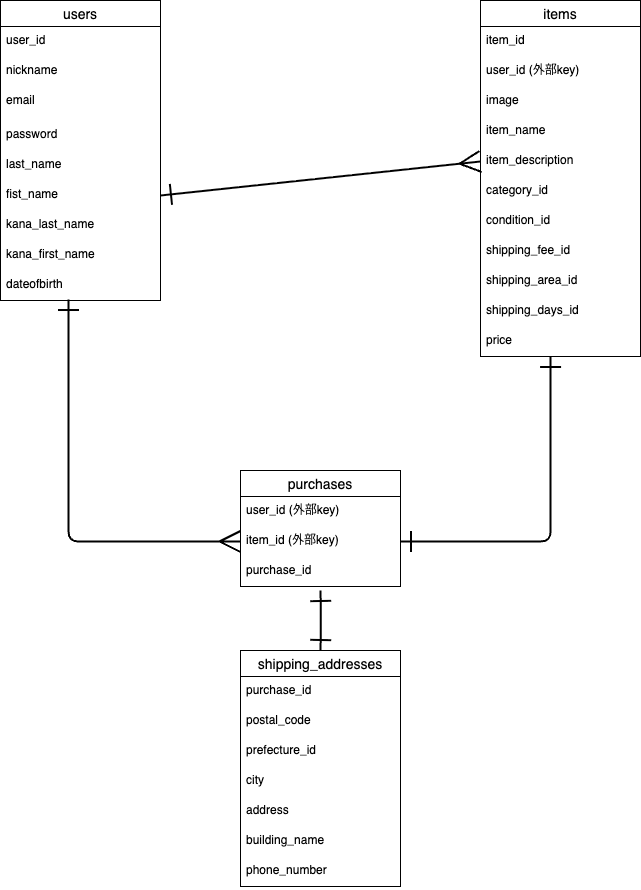
Earlier version of the draw.io export ER.png (daisuke373-tokyo/furima-46541). Source tidied: cells renumbered, new cells last; positions are measured from the earlier drawing's top-left corner, leaving out a move shared by most shapes.
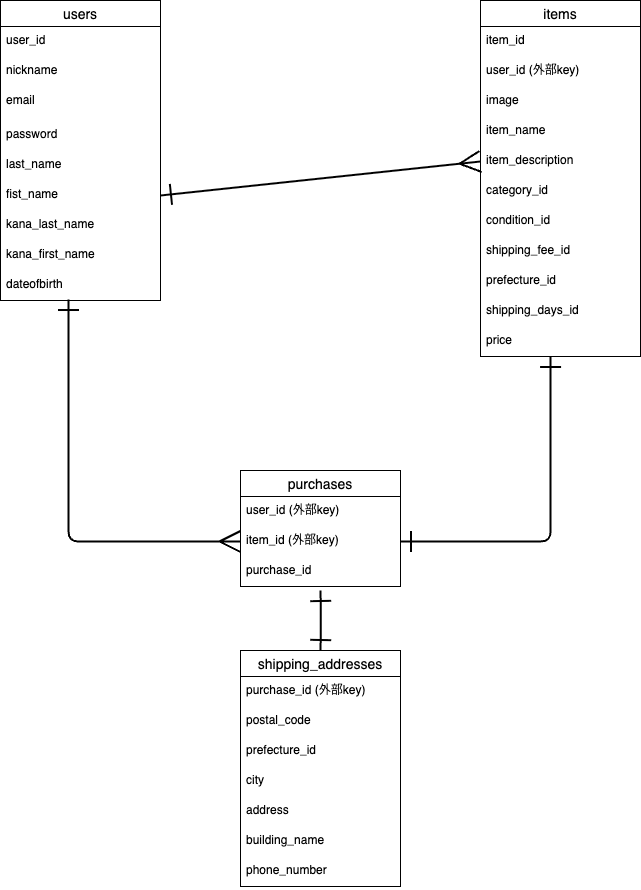
Later version of the same file.

Change to the diagram source:
```diff
@@ -59,7 +59,7 @@
     <mxCell id="20" value="shipping_fee_id" style="text;strokeColor=none;fillColor=none;spacingLeft=4;spacingRight=4;overflow=hidden;fontSize=12;whiteSpace=wrap;html=1;" parent="12" vertex="1">
       <mxGeometry y="236" width="160" height="30" as="geometry" />
     </mxCell>
-    <mxCell id="21" value="shipping_area_id" style="text;strokeColor=none;fillColor=none;spacingLeft=4;spacingRight=4;overflow=hidden;fontSize=12;whiteSpace=wrap;html=1;" parent="12" vertex="1">
+    <mxCell id="21" value="prefecture_id" style="text;strokeColor=none;fillColor=none;spacingLeft=4;spacingRight=4;overflow=hidden;fontSize=12;whiteSpace=wrap;html=1;" parent="12" vertex="1">
       <mxGeometry y="266" width="160" height="30" as="geometry" />
     </mxCell>
     <mxCell id="22" value="shipping_days_id" style="text;strokeColor=none;fillColor=none;spacingLeft=4;spacingRight=4;overflow=hidden;fontSize=12;whiteSpace=wrap;html=1;" parent="12" vertex="1">
@@ -76,7 +76,7 @@
     <mxCell id="25" value="shipping_addresses" style="swimlane;fontStyle=0;horizontal=1;startSize=26;align=center;fontSize=14;" parent="1" vertex="1">
       <mxGeometry x="240" y="650" width="160" height="236" as="geometry" />
     </mxCell>
-    <mxCell id="26" value="purchase_id" style="text;strokeColor=none;fillColor=none;spacingLeft=4;spacingRight=4;overflow=hidden;fontSize=12;whiteSpace=wrap;html=1;" parent="25" vertex="1">
+    <mxCell id="26" value="purchase_id (外部key)" style="text;strokeColor=none;fillColor=none;spacingLeft=4;spacingRight=4;overflow=hidden;fontSize=12;whiteSpace=wrap;html=1;" parent="25" vertex="1">
       <mxGeometry y="26" width="160" height="30" as="geometry" />
     </mxCell>
     <mxCell id="27" value="postal_code" style="text;strokeColor=none;fillColor=none;spacingLeft=4;spacingRight=4;overflow=hidden;fontSize=12;whiteSpace=wrap;html=1;" parent="25" vertex="1">
```
